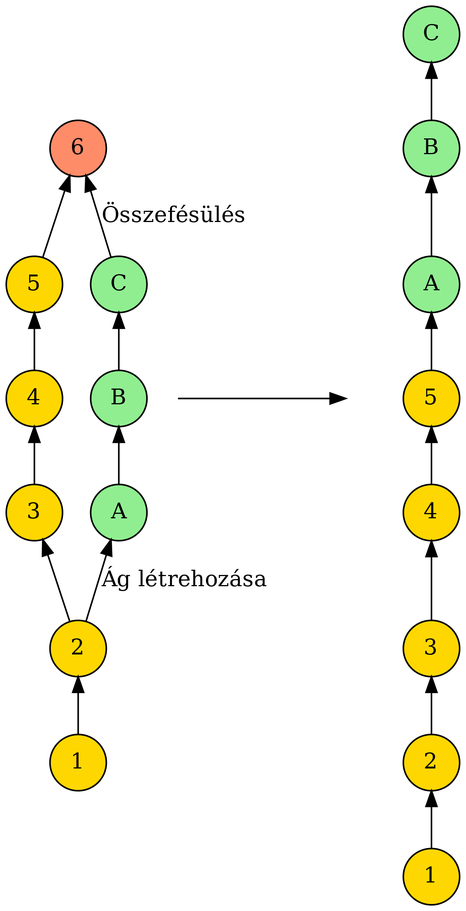
Before: 1_git/doc/graphs/git_20.png, a diagram exported from Graphviz (basictask/Adatbanyaszat). Its source is kept beside it as 1_git/doc/graphs/git_20.dot.
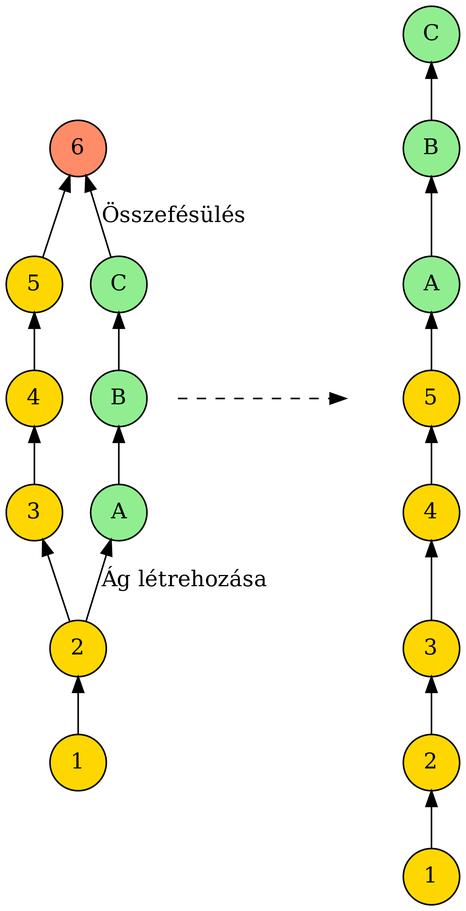
The same file after the commit.

Diff of the diagram source:
```diff
@@ -35,7 +35,7 @@
     c1_2 -> c2_2 -> c3_2 -> c4_2 -> c5_2 -> ca_2 -> cb_2 -> cc_2
 
     cb_1 -> temp1 [style="invis", minlen=0]
-    temp1 -> temp2 [minlen=3]
+    temp1 -> temp2 [minlen=3, style="dashed"]
     temp2 ->  c5_2 [style="invis"]
 
     temp1 [shape="plaintext", label="", width=0]
```
